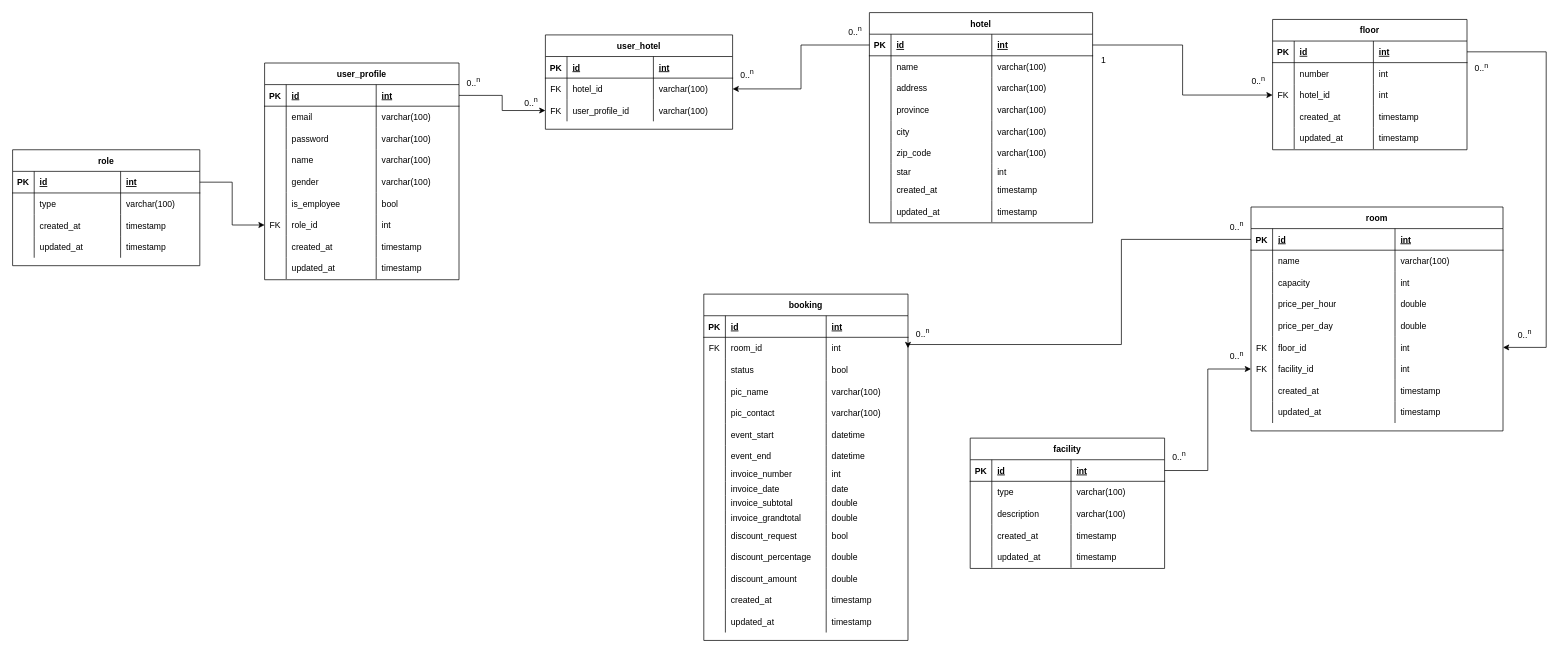
This is page "Latest ERD" (3 of 5) of entity_relationship_diagram/Booking_hotel.drawio from ariejanuarb/hotel_booking, a draw.io file, before an edit. Source tidied: cells renumbered, new cells numbered last; positions are measured from the earlier drawing's top-left corner, leaving out a move shared by most shapes. Both pictures are drawn from the tidied source at 72%, with x=0, y=0 at pixel (12, 12).
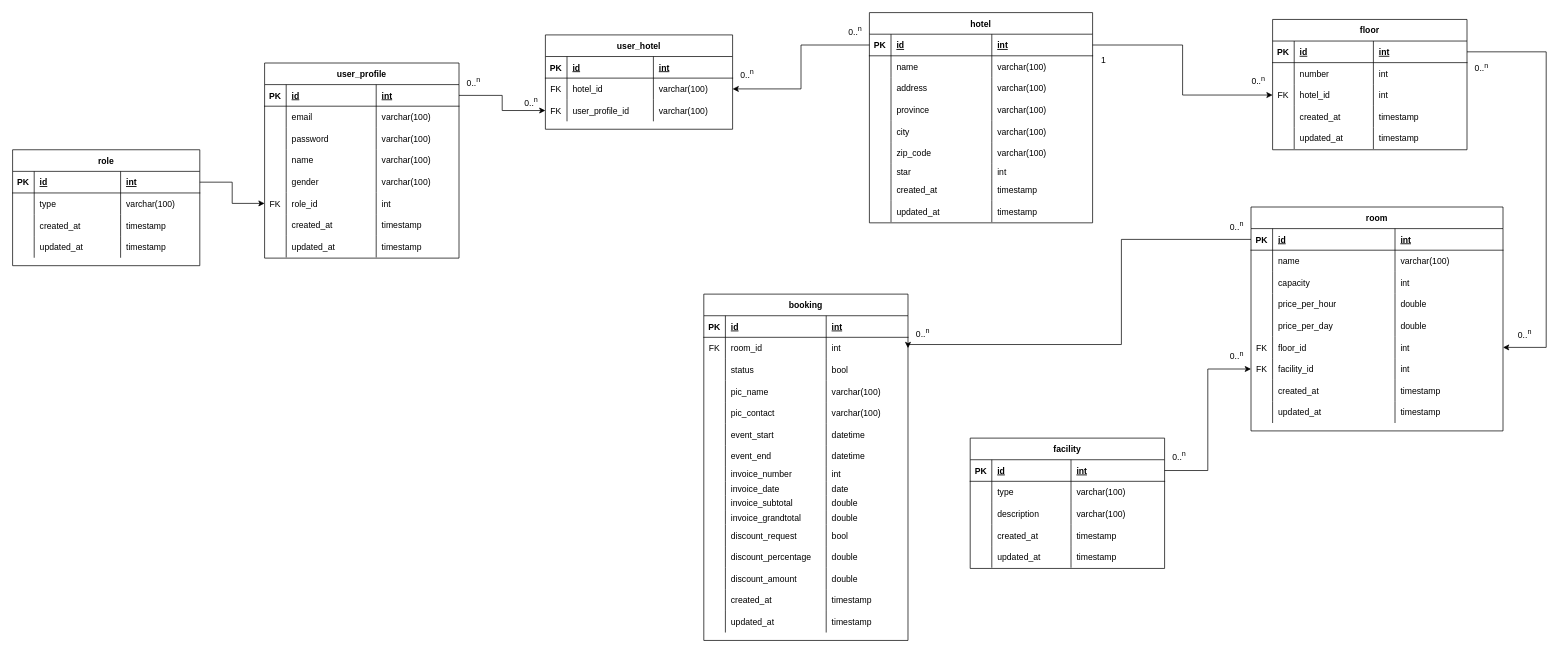
Above is the later version.

Change to the diagram source:
```diff
@@
     <mxCell id="2" value="user_profile" style="shape=table;startSize=30;childLayout=tableLayout;rowLines=0;fontStyle=1;align=center;" parent="1" vertex="1">
-      <mxGeometry x="350" y="70" width="270" height="301" as="geometry" />
+      <mxGeometry x="350" y="70" width="270" height="271" as="geometry" />
     </mxCell>
@@
-    <mxCell id="23" style="shape=partialRectangle;fillColor=none;top=0;left=0;right=0;bottom=0;" parent="2" vertex="1">
-      <mxGeometry y="180" width="270" height="30" as="geometry" />
-    </mxCell>
-    <mxCell id="24" style="shape=partialRectangle;overflow=hidden;fillColor=none;top=0;left=0;bottom=0;right=0;" parent="23" vertex="1">
-      <mxGeometry width="30" height="30" as="geometry" />
-    </mxCell>
-    <mxCell id="25" value="is_employee" style="shape=partialRectangle;overflow=hidden;fillColor=none;top=0;left=0;bottom=0;right=0;align=left;spacingLeft=6;" parent="23" vertex="1">
-      <mxGeometry x="30" width="125" height="30" as="geometry" />
-    </mxCell>
-    <mxCell id="26" value="bool" style="shape=partialRectangle;overflow=hidden;fillColor=none;top=0;left=0;bottom=0;right=0;align=left;spacingLeft=6;" parent="23" vertex="1">
-      <mxGeometry x="155" width="115" height="30" as="geometry" />
-    </mxCell>
     <mxCell id="27" style="shape=partialRectangle;fillColor=none;points=[[0,0.5],[1,0.5]];portConstraint=eastwest;top=0;left=0;right=0;bottom=0;" parent="2" vertex="1">
-      <mxGeometry y="210" width="270" height="30" as="geometry" />
+      <mxGeometry y="180" width="270" height="30" as="geometry" />
     </mxCell>
@@
     <mxCell id="31" style="shape=partialRectangle;fillColor=none;top=0;left=0;right=0;bottom=0;" parent="2" vertex="1">
-      <mxGeometry y="240" width="270" height="30" as="geometry" />
+      <mxGeometry y="210" width="270" height="30" as="geometry" />
     </mxCell>
@@
     <mxCell id="35" style="shape=partialRectangle;fillColor=none;top=0;left=0;right=0;bottom=0;" parent="2" vertex="1">
-      <mxGeometry y="270" width="270" height="30" as="geometry" />
+      <mxGeometry y="240" width="270" height="30" as="geometry" />
     </mxCell>
```
